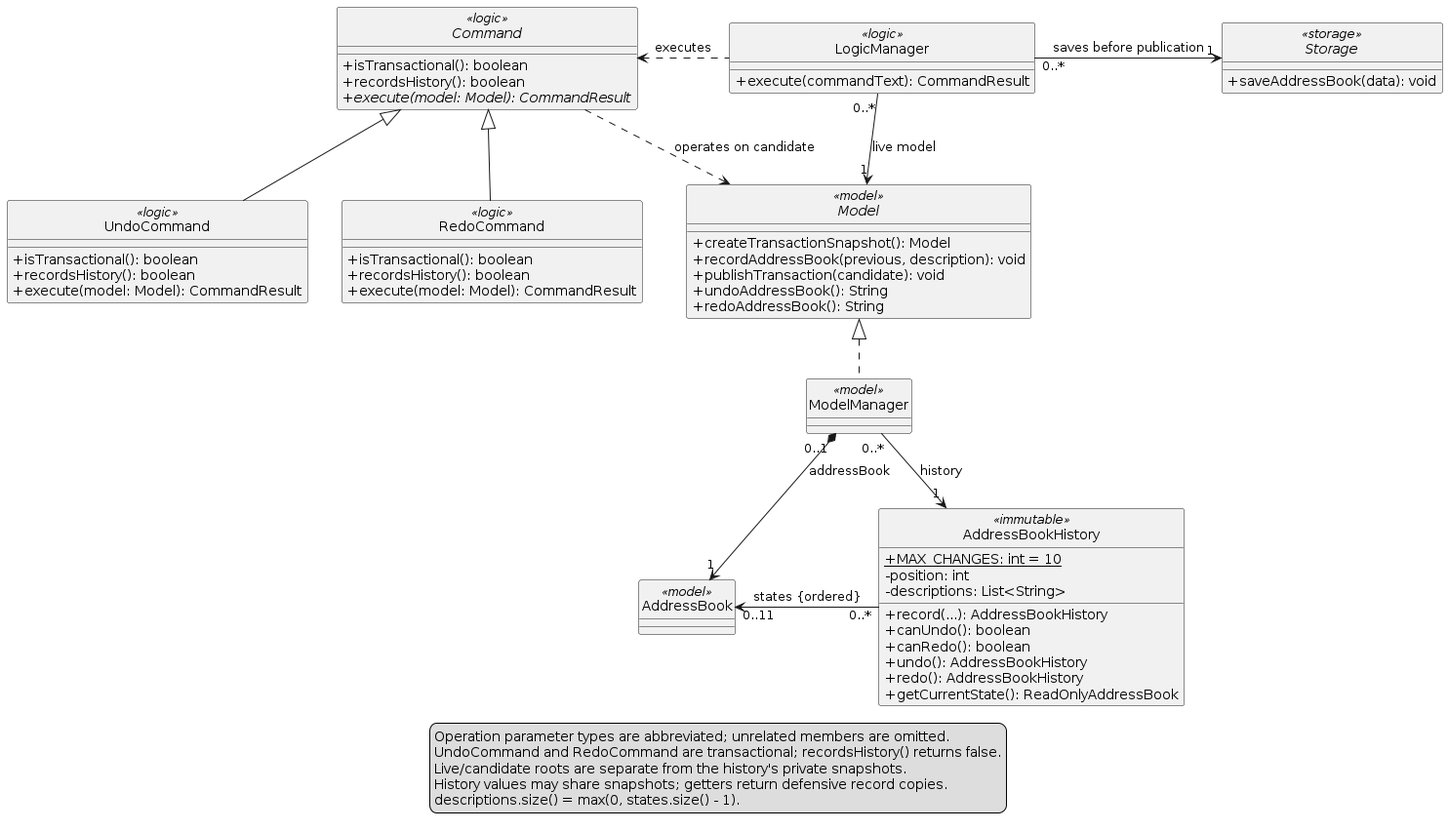
Before: diagrams/UndoRedoClassDiagram.png, a diagram exported from PlantUML (AY2627S1-CS2103T-F15-2/tp). Its source is kept beside it as diagrams/UndoRedoClassDiagram.puml. Its diagram source:
```plantuml
@startuml
skinparam shadowing false
skinparam defaultFontName Arial
skinparam classAttributeIconSize 0
hide circle

class LogicManager <<logic>> {
  + execute(commandText): CommandResult
}
abstract class Command <<logic>> {
  + isTransactional(): boolean
  + recordsHistory(): boolean
  {abstract} + execute(model: Model): CommandResult
}
class UndoCommand <<logic>> {
  + isTransactional(): boolean
  + recordsHistory(): boolean
  + execute(model: Model): CommandResult
}
class RedoCommand <<logic>> {
  + isTransactional(): boolean
  + recordsHistory(): boolean
  + execute(model: Model): CommandResult
}
interface Storage <<storage>> {
  + saveAddressBook(data): void
}
interface Model <<model>> {
  + createTransactionSnapshot(): Model
  + recordAddressBook(previous, description): void
  + publishTransaction(candidate): void
  + undoAddressBook(): String
  + redoAddressBook(): String
}
class ModelManager <<model>>
class AddressBook <<model>>
class AddressBookHistory <<immutable>> {
  {static} + MAX_CHANGES: int = 10
  - position: int
  - descriptions: List<String>
  + record(...): AddressBookHistory
  + canUndo(): boolean
  + canRedo(): boolean
  + undo(): AddressBookHistory
  + redo(): AddressBookHistory
  + getCurrentState(): ReadOnlyAddressBook
}

UndoCommand -up-|> Command
RedoCommand -up-|> Command
LogicManager .left.> Command : executes
LogicManager "0..*" -down-> "1" Model : live model
LogicManager "0..*" -right-> "1" Storage : saves before publication
Command ..> Model : operates on candidate
ModelManager .up.|> Model
ModelManager "0..1" *-down-> "1" AddressBook : addressBook
ModelManager "0..*" -right-> "1" AddressBookHistory : history
AddressBookHistory "0..*" -left-> "0..11" AddressBook : states {ordered}

legend bottom
  Operation parameter types are abbreviated; unrelated members are omitted.
  UndoCommand and RedoCommand are transactional; recordsHistory() returns false.
  Live/candidate roots are separate from the history's private snapshots.
  History values may share snapshots; getters return defensive record copies.
  descriptions.size() = max(0, states.size() - 1).
endlegend
@enduml
```
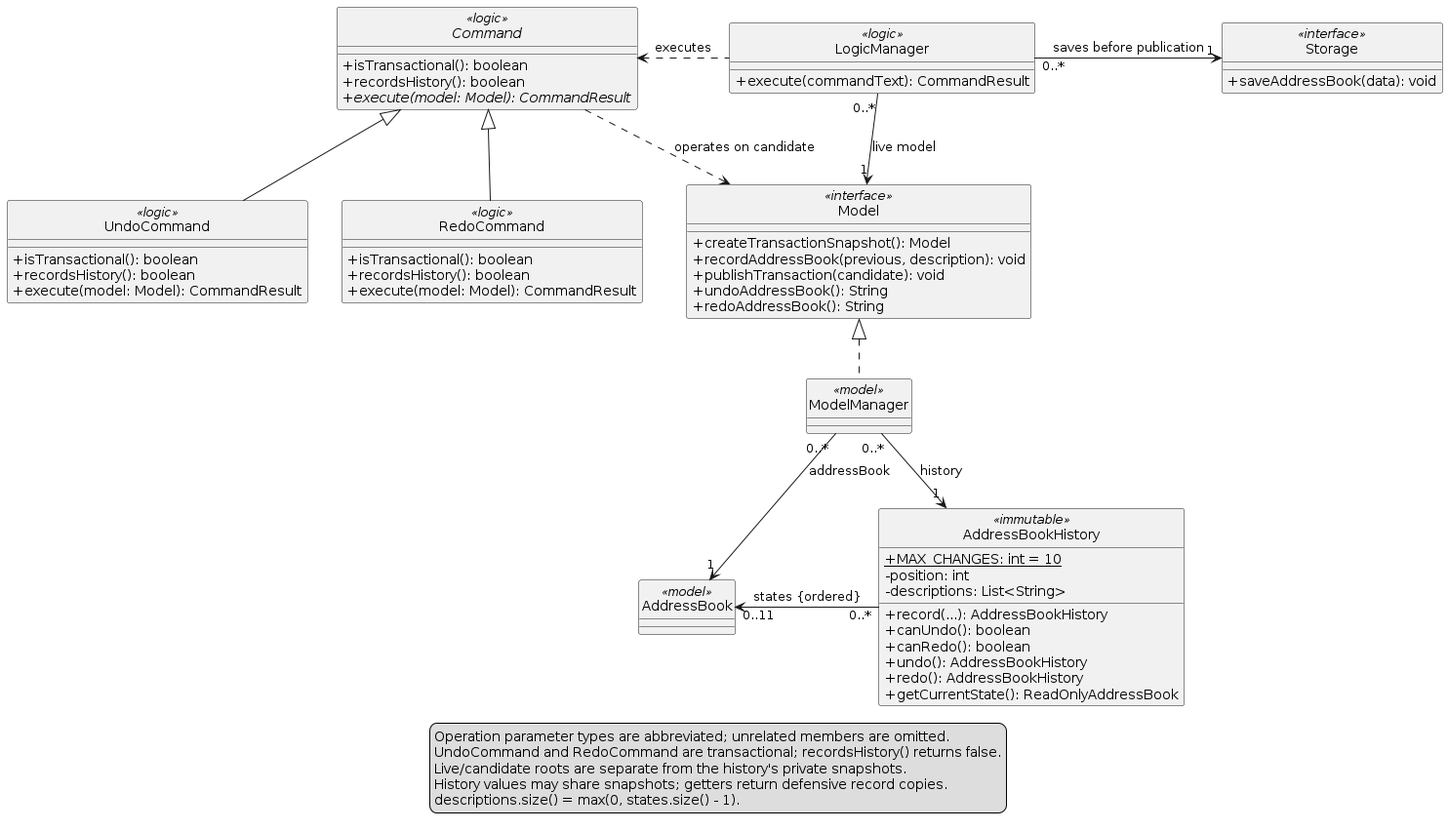
After the commit.

What changed in the source:
```diff
@@ -22,10 +22,10 @@
   + recordsHistory(): boolean
   + execute(model: Model): CommandResult
 }
-interface Storage <<storage>> {
+class Storage <<interface>> {
   + saveAddressBook(data): void
 }
-interface Model <<model>> {
+class Model <<interface>> {
   + createTransactionSnapshot(): Model
   + recordAddressBook(previous, description): void
   + publishTransaction(candidate): void
@@ -53,7 +53,7 @@
 LogicManager "0..*" -right-> "1" Storage : saves before publication
 Command ..> Model : operates on candidate
 ModelManager .up.|> Model
-ModelManager "0..1" *-down-> "1" AddressBook : addressBook
+ModelManager "0..*" -down-> "1" AddressBook : addressBook
 ModelManager "0..*" -right-> "1" AddressBookHistory : history
 AddressBookHistory "0..*" -left-> "0..11" AddressBook : states {ordered}
 
```
